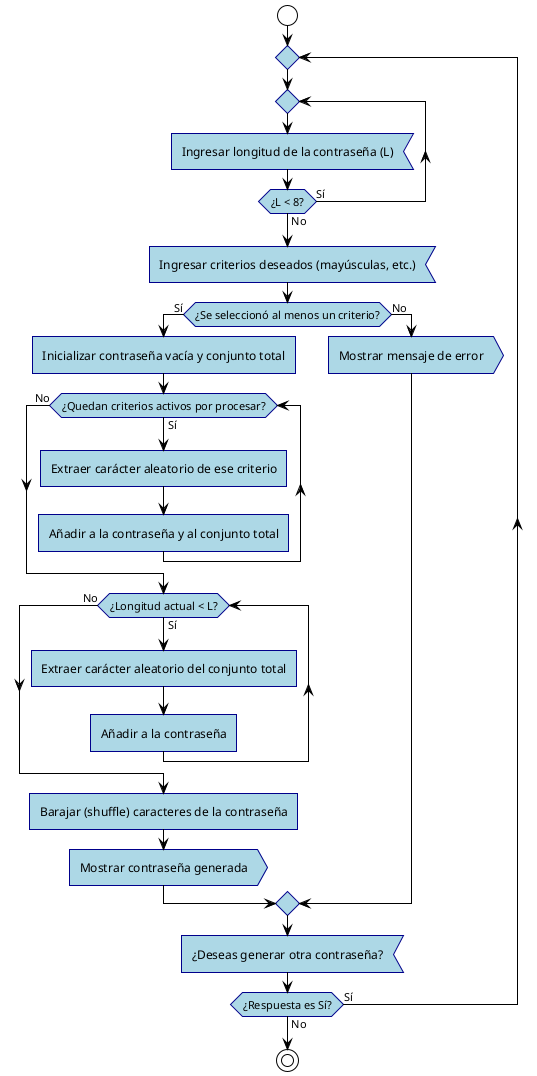
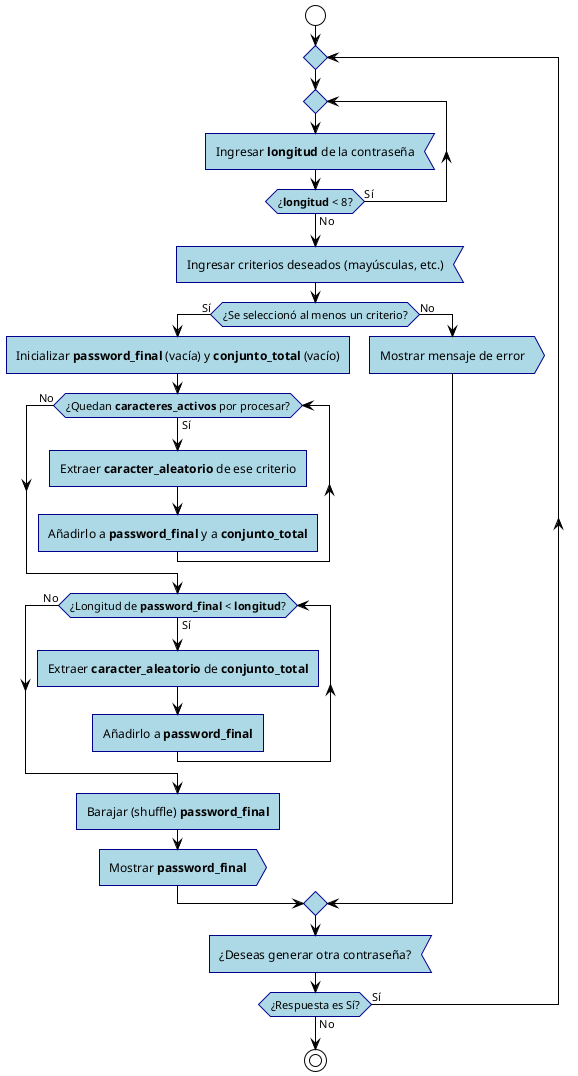
@startuml
!theme plain
skinparam roundcorner 0
skinparam activity {
  BackgroundColor lightblue
  BorderColor darkblue
  ArrowColor black
}

start

repeat
  repeat
-     :Ingresar longitud de la contraseña (L); <<input>>
-   repeat while (¿L < 8?) is (Sí) not (No)
+     :Ingresar **longitud** de la contraseña; <<input>>
+   repeat while (¿**longitud** < 8?) is (Sí) not (No)

  :Ingresar criterios deseados (mayúsculas, etc.); <<input>>

  if (¿Se seleccionó al menos un criterio?) then (Sí)
-     :Inicializar contraseña vacía y conjunto total;
+     :Inicializar **password_final** (vacía) y **conjunto_total** (vacío);

-     while (¿Quedan criterios activos por procesar?) is (Sí)
-       :Extraer carácter aleatorio de ese criterio;
-       :Añadir a la contraseña y al conjunto total;
+     while (¿Quedan **caracteres_activos** por procesar?) is (Sí)
+       :Extraer **caracter_aleatorio** de ese criterio;
+       :Añadirlo a **password_final** y a **conjunto_total**;
    endwhile (No)

-     while (¿Longitud actual < L?) is (Sí)
-       :Extraer carácter aleatorio del conjunto total;
-       :Añadir a la contraseña;
+     while (¿Longitud de **password_final** < **longitud**?) is (Sí)
+       :Extraer **caracter_aleatorio** de **conjunto_total**;
+       :Añadirlo a **password_final**;
    endwhile (No)

-     :Barajar (shuffle) caracteres de la contraseña;
+     :Barajar (shuffle) **password_final**;

-     :Mostrar contraseña generada; <<output>>
+     :Mostrar **password_final**; <<output>>
  else (No)
    :Mostrar mensaje de error; <<output>>
  endif

  :¿Deseas generar otra contraseña?; <<input>>

repeat while (¿Respuesta es Sí?) is (Sí) not (No)

stop
@enduml
